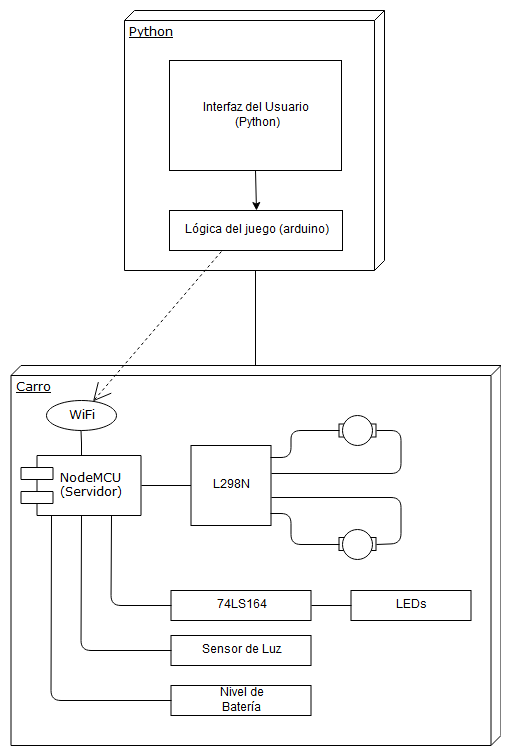
SlimeVRS/Proyecto-II-Ahorro-de-Energ-a-y-Telemetr-a keeps this draw.io diagram as Diagrama de modulo.png. Above is the earlier version. Source tidied: cells renumbered, new cells last; positions are measured from the earlier drawing's top-left corner, leaving out a move shared by most shapes.
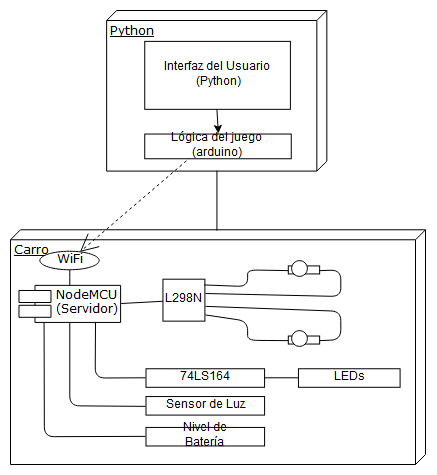
The same diagram one commit later.

The edit, as a diff of the source:
```diff
@@ -2,119 +2,122 @@
   <root>
     <mxCell id="0" />
     <mxCell id="1" parent="0" />
+    <mxCell id="30" style="group;" parent="1" vertex="1">
+      <mxGeometry x="59" y="136" width="415" height="454" as="geometry" />
+    </mxCell>
-    <mxCell id="2" value="Carro" style="verticalAlign=top;align=left;spacingTop=8;spacingLeft=2;spacingRight=12;shape=cube;size=10;direction=south;fontStyle=4;html=1;rounded=0;shadow=0;comic=0;labelBackgroundColor=none;strokeColor=#000000;strokeWidth=1;fillColor=#ffffff;fontFamily=Verdana;fontSize=12;fontColor=#000000;" parent="1" vertex="1">
-      <mxGeometry x="0.5" y="355" width="490" height="380" as="geometry" />
+    <mxCell id="2" value="Carro" style="verticalAlign=top;align=left;spacingTop=8;spacingLeft=2;spacingRight=12;shape=cube;size=10;direction=south;fontStyle=4;html=1;rounded=0;shadow=0;comic=0;labelBackgroundColor=none;strokeColor=#000000;strokeWidth=1;fillColor=#ffffff;fontFamily=Verdana;fontSize=12;fontColor=#000000;" parent="30" vertex="1">
+      <mxGeometry y="219.3" width="415" height="234.7" as="geometry" />
     </mxCell>
-    <mxCell id="3" value="Python" style="verticalAlign=top;align=left;spacingTop=8;spacingLeft=2;spacingRight=12;shape=cube;size=10;direction=south;fontStyle=4;html=1;rounded=0;shadow=0;comic=0;labelBackgroundColor=none;strokeColor=#000000;strokeWidth=1;fillColor=#ffffff;fontFamily=Verdana;fontSize=12;fontColor=#000000;" parent="1" vertex="1">
-      <mxGeometry x="114" width="260" height="260" as="geometry" />
+    <mxCell id="3" value="Python" style="verticalAlign=top;align=left;spacingTop=8;spacingLeft=2;spacingRight=12;shape=cube;size=10;direction=south;fontStyle=4;html=1;rounded=0;shadow=0;comic=0;labelBackgroundColor=none;strokeColor=#000000;strokeWidth=1;fillColor=#ffffff;fontFamily=Verdana;fontSize=12;fontColor=#000000;" parent="30" vertex="1">
+      <mxGeometry x="96.1" width="220.2" height="160.6" as="geometry" />
     </mxCell>
-    <mxCell id="4" value="&lt;div&gt;NodeMCU&lt;/div&gt;&lt;div&gt;(Servidor)&lt;br&gt;&lt;/div&gt;" style="shape=component;align=left;spacingLeft=36;rounded=0;shadow=0;comic=0;labelBackgroundColor=none;strokeColor=#000000;strokeWidth=1;fillColor=#ffffff;fontFamily=Verdana;fontSize=12;fontColor=#000000;html=1;" parent="1" vertex="1">
-      <mxGeometry x="10.5" y="445" width="120" height="60" as="geometry" />
+    <mxCell id="4" value="&lt;div&gt;NodeMCU&lt;/div&gt;&lt;div&gt;(Servidor)&lt;br&gt;&lt;/div&gt;" style="shape=component;align=left;spacingLeft=36;rounded=0;shadow=0;comic=0;labelBackgroundColor=none;strokeColor=#000000;strokeWidth=1;fillColor=#ffffff;fontFamily=Verdana;fontSize=12;fontColor=#000000;html=1;" parent="30" vertex="1">
+      <mxGeometry x="8.5" y="274.9" width="101.6" height="37.1" as="geometry" />
     </mxCell>
-    <mxCell id="5" value="WiFi" style="ellipse;whiteSpace=wrap;html=1;rounded=0;shadow=0;comic=0;labelBackgroundColor=none;strokeColor=#000000;strokeWidth=1;fillColor=#ffffff;fontFamily=Verdana;fontSize=12;fontColor=#000000;align=center;" parent="1" vertex="1">
-      <mxGeometry x="35.5" y="390" width="70" height="30" as="geometry" />
+    <mxCell id="5" value="WiFi" style="ellipse;whiteSpace=wrap;html=1;rounded=0;shadow=0;comic=0;labelBackgroundColor=none;strokeColor=#000000;strokeWidth=1;fillColor=#ffffff;fontFamily=Verdana;fontSize=12;fontColor=#000000;align=center;" parent="30" vertex="1">
+      <mxGeometry x="29.6" y="240.9" width="59.3" height="18.5" as="geometry" />
     </mxCell>
-    <mxCell id="6" style="edgeStyle=none;rounded=0;html=1;dashed=1;labelBackgroundColor=none;startArrow=none;startFill=0;startSize=8;endArrow=open;endFill=0;endSize=16;fontFamily=Verdana;fontSize=12;exitX=0.5;exitY=0;exitDx=0;exitDy=0;" parent="1" edge="1" source="8" target="5">
+    <mxCell id="6" style="edgeStyle=none;rounded=0;html=1;dashed=1;labelBackgroundColor=none;startArrow=none;startFill=0;startSize=8;endArrow=open;endFill=0;endSize=16;fontFamily=Verdana;fontSize=12;exitX=0.5;exitY=0;exitDx=0;exitDy=0;" parent="30" edge="1" source="8" target="5">
       <mxGeometry relative="1" as="geometry" />
     </mxCell>
-    <mxCell id="7" style="edgeStyle=elbowEdgeStyle;rounded=0;html=1;labelBackgroundColor=none;startArrow=none;startFill=0;startSize=8;endArrow=none;endFill=0;endSize=16;fontFamily=Verdana;fontSize=12;" parent="1" edge="1" source="5" target="4">
+    <mxCell id="7" style="edgeStyle=elbowEdgeStyle;rounded=0;html=1;labelBackgroundColor=none;startArrow=none;startFill=0;startSize=8;endArrow=none;endFill=0;endSize=16;fontFamily=Verdana;fontSize=12;" parent="30" edge="1" source="5" target="4">
       <mxGeometry relative="1" as="geometry" />
     </mxCell>
-    <mxCell id="8" value="Lógica del juego (arduino)" style="rounded=0;whiteSpace=wrap;html=1;" parent="1" vertex="1">
-      <mxGeometry x="159" y="200" width="173" height="40" as="geometry" />
+    <mxCell id="8" value="Lógica del juego (arduino)" style="rounded=0;whiteSpace=wrap;html=1;" parent="30" vertex="1">
+      <mxGeometry x="134.2" y="123.5" width="146.5" height="24.7" as="geometry" />
     </mxCell>
-    <mxCell id="9" value="&lt;div&gt;Interfaz del Usuario&lt;/div&gt;&lt;div&gt;&amp;nbsp;(Python)&lt;/div&gt;" style="rounded=0;whiteSpace=wrap;html=1;" parent="1" vertex="1">
-      <mxGeometry x="159" y="50" width="172" height="110" as="geometry" />
+    <mxCell id="9" value="&lt;div&gt;Interfaz del Usuario&lt;/div&gt;&lt;div&gt;&amp;nbsp;(Python)&lt;/div&gt;" style="rounded=0;whiteSpace=wrap;html=1;" parent="30" vertex="1">
+      <mxGeometry x="134.2" y="30.9" width="145.7" height="67.9" as="geometry" />
     </mxCell>
-    <mxCell id="10" style="endArrow=classic;html=1;entryX=0.5;entryY=0;entryDx=0;entryDy=0;exitX=0.5;exitY=1;exitDx=0;exitDy=0;" parent="1" edge="1" source="9" target="8">
+    <mxCell id="10" style="endArrow=classic;html=1;entryX=0.5;entryY=0;entryDx=0;entryDy=0;exitX=0.5;exitY=1;exitDx=0;exitDy=0;" parent="30" edge="1" source="9" target="8">
       <mxGeometry relative="1" as="geometry" />
     </mxCell>
-    <mxCell id="11" style="endArrow=none;html=1;entryX=1.001;entryY=0.497;entryDx=0;entryDy=0;entryPerimeter=0;exitX=0.001;exitY=0.501;exitDx=0;exitDy=0;exitPerimeter=0;" parent="1" edge="1" source="2" target="3">
+    <mxCell id="11" style="endArrow=none;html=1;entryX=1.001;entryY=0.497;entryDx=0;entryDy=0;entryPerimeter=0;exitX=0.001;exitY=0.501;exitDx=0;exitDy=0;exitPerimeter=0;" parent="30" edge="1" source="2" target="3">
       <mxGeometry relative="1" as="geometry" />
     </mxCell>
-    <mxCell id="12" value="L298N" style="whiteSpace=wrap;html=1;" parent="1" vertex="1">
-      <mxGeometry x="180.5" y="435" width="80" height="80" as="geometry" />
+    <mxCell id="12" value="L298N" style="whiteSpace=wrap;html=1;" parent="30" vertex="1">
+      <mxGeometry x="152.4" y="268.7" width="42" height="42" as="geometry" />
     </mxCell>
-    <mxCell id="13" style="endArrow=none;html=1;exitX=1;exitY=0.5;exitDx=0;exitDy=0;" parent="1" edge="1" source="4" target="12">
+    <mxCell id="13" style="endArrow=none;html=1;exitX=1;exitY=0.5;exitDx=0;exitDy=0;" parent="30" edge="1" source="4" target="12">
       <mxGeometry relative="1" as="geometry" />
     </mxCell>
-    <mxCell id="14" style="rounded=0;whiteSpace=wrap;html=1;" parent="1" vertex="1">
-      <mxGeometry x="328.5" y="413.5" width="37" height="13" as="geometry" />
+    <mxCell id="14" style="rounded=0;whiteSpace=wrap;html=1;" parent="30" vertex="1">
+      <mxGeometry x="277.8" y="255.4" width="31.3" height="8" as="geometry" />
     </mxCell>
-    <mxCell id="15" style="ellipse;whiteSpace=wrap;html=1;" parent="1" vertex="1">
-      <mxGeometry x="332" y="405" width="30" height="30" as="geometry" />
+    <mxCell id="15" style="ellipse;whiteSpace=wrap;html=1;" parent="30" vertex="1">
+      <mxGeometry x="280.8" y="250.2" width="15.7" height="15.7" as="geometry" />
     </mxCell>
-    <mxCell id="16" style="rounded=0;whiteSpace=wrap;html=1;" parent="1" vertex="1">
-      <mxGeometry x="328.5" y="527" width="37" height="13" as="geometry" />
+    <mxCell id="16" style="rounded=0;whiteSpace=wrap;html=1;" parent="30" vertex="1">
+      <mxGeometry x="277.8" y="325.5" width="31.3" height="8" as="geometry" />
     </mxCell>
-    <mxCell id="17" style="ellipse;whiteSpace=wrap;html=1;" parent="1" vertex="1">
-      <mxGeometry x="332" y="518.5" width="30" height="30" as="geometry" />
+    <mxCell id="17" style="ellipse;whiteSpace=wrap;html=1;" parent="30" vertex="1">
+      <mxGeometry x="280.8" y="320.3" width="15.7" height="15.7" as="geometry" />
     </mxCell>
-    <mxCell id="18" style="endArrow=none;html=1;entryX=0;entryY=0.5;entryDx=0;entryDy=0;exitX=0.994;exitY=0.148;exitDx=0;exitDy=0;exitPerimeter=0;" parent="1" edge="1" source="12" target="14">
+    <mxCell id="18" style="endArrow=none;html=1;entryX=0;entryY=0.5;entryDx=0;entryDy=0;exitX=0.994;exitY=0.148;exitDx=0;exitDy=0;exitPerimeter=0;" parent="30" edge="1" source="12" target="14">
       <mxGeometry relative="1" as="geometry">
         <Array as="points">
-          <mxPoint x="280.5" y="447" />
-          <mxPoint x="280.5" y="420" />
+          <mxPoint x="237.1" y="276.1" />
+          <mxPoint x="237.1" y="259.4" />
         </Array>
       </mxGeometry>
     </mxCell>
-    <mxCell id="19" style="endArrow=none;html=1;entryX=0;entryY=0.5;entryDx=0;entryDy=0;exitX=0.999;exitY=0.852;exitDx=0;exitDy=0;exitPerimeter=0;" parent="1" edge="1" source="12" target="16">
+    <mxCell id="19" style="endArrow=none;html=1;entryX=0;entryY=0.5;entryDx=0;entryDy=0;exitX=0.999;exitY=0.852;exitDx=0;exitDy=0;exitPerimeter=0;" parent="30" edge="1" source="12" target="16">
       <mxGeometry relative="1" as="geometry">
         <Array as="points">
-          <mxPoint x="280.5" y="503" />
-          <mxPoint x="280.5" y="534" />
+          <mxPoint x="237.1" y="310.7" />
+          <mxPoint x="237.1" y="329.8" />
         </Array>
       </mxGeometry>
     </mxCell>
-    <mxCell id="20" style="endArrow=none;html=1;exitX=1;exitY=0.5;exitDx=0;exitDy=0;entryX=1;entryY=0.65;entryDx=0;entryDy=0;entryPerimeter=0;" parent="1" edge="1" source="16" target="12">
+    <mxCell id="20" style="endArrow=none;html=1;exitX=1;exitY=0.5;exitDx=0;exitDy=0;entryX=1;entryY=0.65;entryDx=0;entryDy=0;entryPerimeter=0;" parent="30" edge="1" source="16" target="12">
       <mxGeometry relative="1" as="geometry">
         <Array as="points">
-          <mxPoint x="390.5" y="533" />
-          <mxPoint x="390.5" y="487" />
+          <mxPoint x="330.3" y="329.2" />
+          <mxPoint x="330.3" y="300.8" />
         </Array>
       </mxGeometry>
     </mxCell>
-    <mxCell id="21" style="endArrow=none;html=1;entryX=1;entryY=0.345;entryDx=0;entryDy=0;entryPerimeter=0;exitX=1;exitY=0.5;exitDx=0;exitDy=0;" parent="1" edge="1" source="14" target="12">
+    <mxCell id="21" style="endArrow=none;html=1;entryX=1;entryY=0.345;entryDx=0;entryDy=0;entryPerimeter=0;exitX=1;exitY=0.5;exitDx=0;exitDy=0;" parent="30" edge="1" source="14" target="12">
       <mxGeometry relative="1" as="geometry">
         <Array as="points">
-          <mxPoint x="390.5" y="420" />
-          <mxPoint x="390.5" y="463" />
+          <mxPoint x="330.3" y="259.4" />
+          <mxPoint x="330.3" y="286" />
         </Array>
       </mxGeometry>
     </mxCell>
-    <mxCell id="22" value="74LS164" style="rounded=0;whiteSpace=wrap;html=1;" parent="1" vertex="1">
-      <mxGeometry x="160.5" y="580" width="140" height="30" as="geometry" />
+    <mxCell id="22" value="74LS164" style="rounded=0;whiteSpace=wrap;html=1;" parent="30" vertex="1">
+      <mxGeometry x="135.5" y="358.3" width="118.6" height="18.5" as="geometry" />
     </mxCell>
-    <mxCell id="23" style="endArrow=none;html=1;entryX=0;entryY=0.5;entryDx=0;entryDy=0;exitX=0.75;exitY=1;exitDx=0;exitDy=0;" parent="1" edge="1" source="4" target="22">
+    <mxCell id="23" style="endArrow=none;html=1;entryX=0;entryY=0.5;entryDx=0;entryDy=0;exitX=0.75;exitY=1;exitDx=0;exitDy=0;" parent="30" edge="1" source="4" target="22">
       <mxGeometry relative="1" as="geometry">
         <Array as="points">
-          <mxPoint x="100.5" y="595" />
+          <mxPoint x="84.7" y="367.5" />
         </Array>
       </mxGeometry>
     </mxCell>
-    <mxCell id="24" value="LEDs" style="rounded=0;whiteSpace=wrap;html=1;" parent="1" vertex="1">
-      <mxGeometry x="340.5" y="580" width="120" height="30" as="geometry" />
+    <mxCell id="24" value="LEDs" style="rounded=0;whiteSpace=wrap;html=1;" parent="30" vertex="1">
+      <mxGeometry x="288" y="358.3" width="101.6" height="18.5" as="geometry" />
     </mxCell>
-    <mxCell id="25" style="endArrow=none;html=1;entryX=0;entryY=0.5;entryDx=0;entryDy=0;exitX=1;exitY=0.5;exitDx=0;exitDy=0;" parent="1" edge="1" source="22" target="24">
+    <mxCell id="25" style="endArrow=none;html=1;entryX=0;entryY=0.5;entryDx=0;entryDy=0;exitX=1;exitY=0.5;exitDx=0;exitDy=0;" parent="30" edge="1" source="22" target="24">
       <mxGeometry relative="1" as="geometry" />
     </mxCell>
-    <mxCell id="26" value="Sensor de Luz" style="rounded=0;whiteSpace=wrap;html=1;" parent="1" vertex="1">
-      <mxGeometry x="160.5" y="625" width="140" height="30" as="geometry" />
+    <mxCell id="26" value="Sensor de Luz" style="rounded=0;whiteSpace=wrap;html=1;" parent="30" vertex="1">
+      <mxGeometry x="135.5" y="386.1" width="118.6" height="18.5" as="geometry" />
     </mxCell>
-    <mxCell id="27" style="endArrow=none;html=1;entryX=0;entryY=0.5;entryDx=0;entryDy=0;exitX=0.5;exitY=1;exitDx=0;exitDy=0;" parent="1" edge="1" source="4" target="26">
+    <mxCell id="27" style="endArrow=none;html=1;entryX=0;entryY=0.5;entryDx=0;entryDy=0;exitX=0.5;exitY=1;exitDx=0;exitDy=0;" parent="30" edge="1" source="4" target="26">
       <mxGeometry relative="1" as="geometry">
         <Array as="points">
-          <mxPoint x="70.5" y="640" />
+          <mxPoint x="59.3" y="395.3" />
         </Array>
       </mxGeometry>
     </mxCell>
-    <mxCell id="28" value="&lt;div&gt;Nivel de&lt;/div&gt;&lt;div&gt;Batería&lt;br&gt;&lt;/div&gt;" style="rounded=0;whiteSpace=wrap;html=1;" parent="1" vertex="1">
-      <mxGeometry x="160.5" y="675" width="140" height="30" as="geometry" />
+    <mxCell id="28" value="&lt;div&gt;Nivel de&lt;/div&gt;&lt;div&gt;Batería&lt;br&gt;&lt;/div&gt;" style="rounded=0;whiteSpace=wrap;html=1;" parent="30" vertex="1">
+      <mxGeometry x="135.5" y="416.9" width="118.6" height="18.5" as="geometry" />
     </mxCell>
-    <mxCell id="29" style="endArrow=none;html=1;entryX=0;entryY=0.5;entryDx=0;entryDy=0;exitX=0.25;exitY=1;exitDx=0;exitDy=0;" parent="1" edge="1" source="4" target="28">
+    <mxCell id="29" style="endArrow=none;html=1;entryX=0;entryY=0.5;entryDx=0;entryDy=0;exitX=0.25;exitY=1;exitDx=0;exitDy=0;" parent="30" edge="1" source="4" target="28">
       <mxGeometry relative="1" as="geometry">
         <Array as="points">
-          <mxPoint x="40.5" y="690" />
+          <mxPoint x="33.9" y="426.2" />
         </Array>
       </mxGeometry>
     </mxCell>
```
